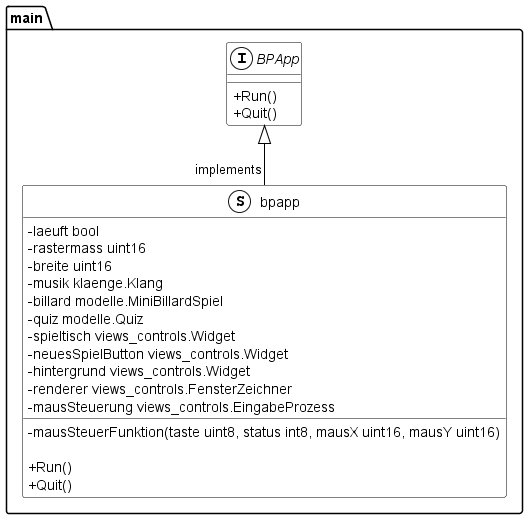
Fussbroich/lwb-SWP keeps this PlantUML diagram as documentation/UML/main.png. Above is the earlier version.
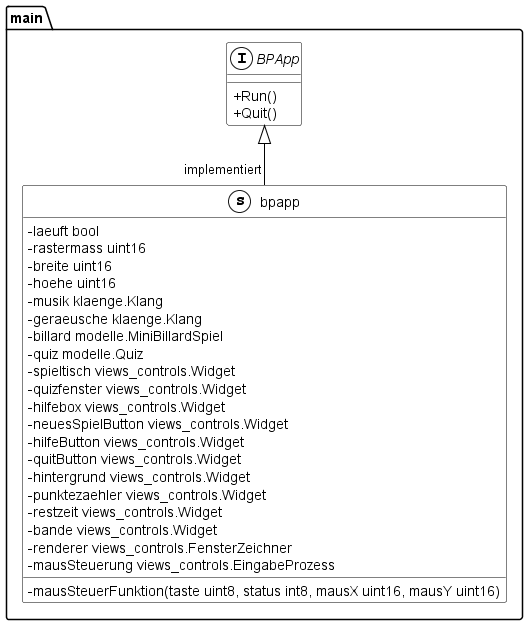
The same file after the commit.

Change to the diagram source:
```diff
@@ -1,39 +1,42 @@
 @startuml
 skinparam classAttributeIconSize 0
-
 skinparam class {
 BackgroundColor White
 ArrowColor Black
 BorderColor Black
 }
-skinparam stereotypeCBackgroundColor White
 namespace main {
     interface BPApp << (I,White) >> {
         + Run()
         + Quit()
 
     }
-    class bpapp << (S,White) >> {
+    class bpapp << (s,White) >> {
         - laeuft bool
         - rastermass uint16
         - breite uint16
+        - hoehe uint16
         - musik klaenge.Klang
+        - geraeusche klaenge.Klang
         - billard modelle.MiniBillardSpiel
         - quiz modelle.Quiz
         - spieltisch views_controls.Widget
+        - quizfenster views_controls.Widget
+        - hilfebox views_controls.Widget
         - neuesSpielButton views_controls.Widget
+        - hilfeButton views_controls.Widget
+        - quitButton views_controls.Widget
         - hintergrund views_controls.Widget
+        - punktezaehler views_controls.Widget
+        - restzeit views_controls.Widget
+        - bande views_controls.Widget
         - renderer views_controls.FensterZeichner
         - mausSteuerung views_controls.EingabeProzess
 
         - mausSteuerFunktion(taste uint8, status int8, mausX uint16, mausY uint16)
-
-        + Run()
-        + Quit()
-
     }
 }
 
-"main.BPApp" <|-- "implements""main.bpapp"
+"main.BPApp" <|-- "implementiert""main.bpapp"
 
 @enduml
```
